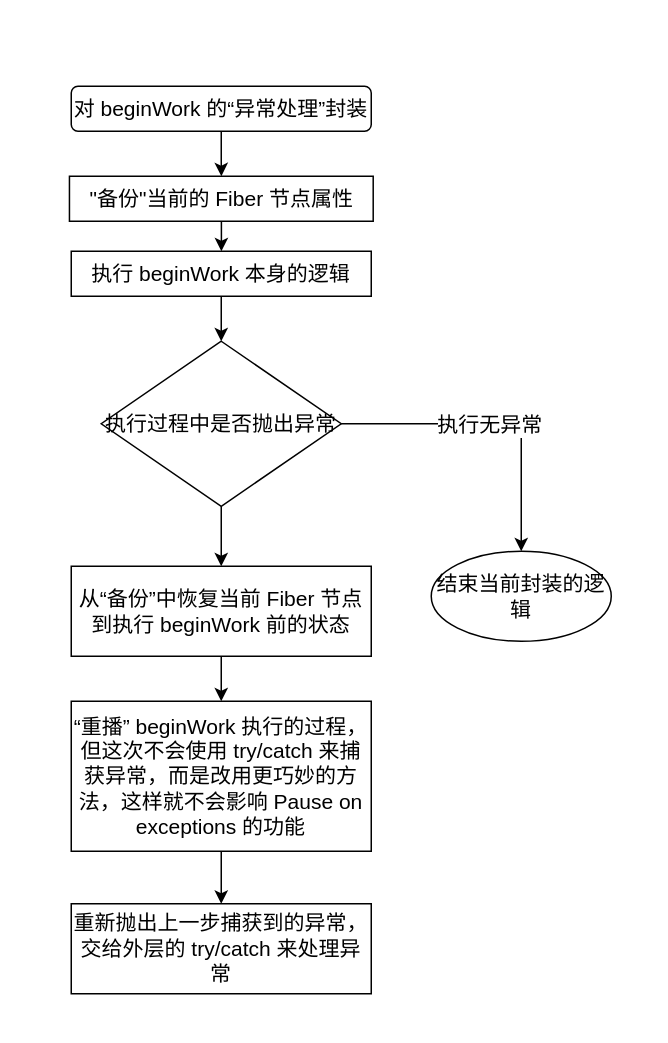
Earlier version of the draw.io diagram draw.io/beginWork的封装.drawio (Array-Huang/blog). Source tidied: cells renumbered, new cells numbered last; positions are measured from the earlier drawing's top-left corner, leaving out a move shared by most shapes. Both pictures are drawn from the tidied source at 150%, with x=0, y=0 at pixel (69, 86).
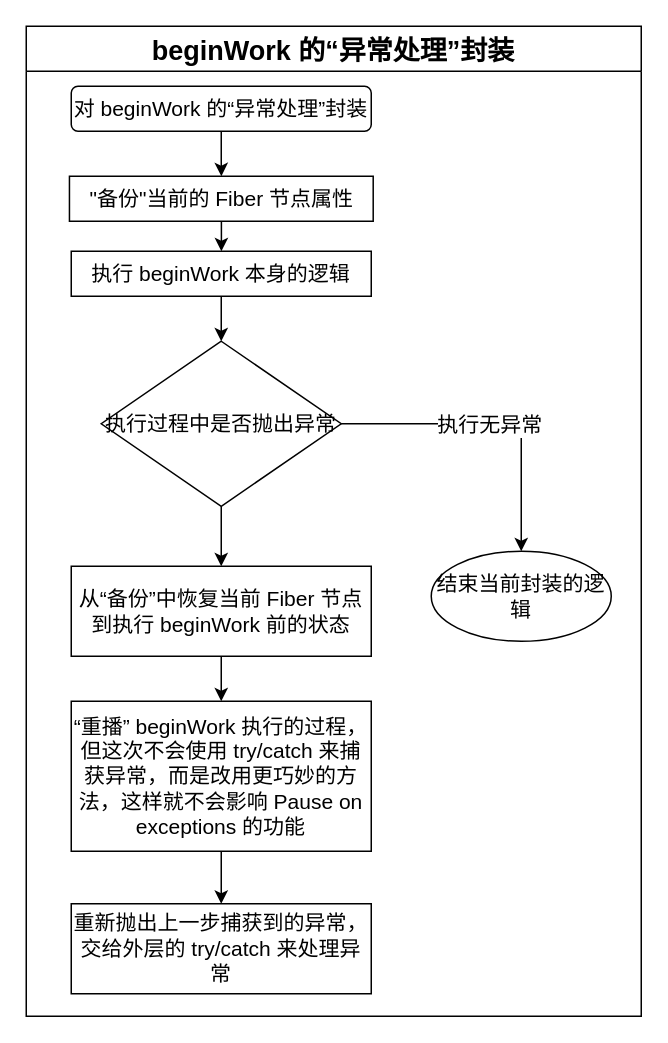
The same diagram, later.

Commit message (it also covers changes not shown here):
更新beginWork的封装.drawio

What changed in the source:
```diff
@@
 <mxGraphModel>
   <root>
     <mxCell id="0" />
     <mxCell id="1" parent="0" />
     <mxCell id="2" style="edgeStyle=orthogonalEdgeStyle;rounded=0;jettySize=auto;html=1;fontSize=14;" parent="1" edge="1" source="3" target="9">
       <mxGeometry relative="1" as="geometry" />
     </mxCell>
     <mxCell id="3" value="&quot;备份&quot;当前的 Fiber 节点属性" style="rounded=0;whiteSpace=wrap;html=1;fontSize=14;" parent="1" vertex="1">
       <mxGeometry x="-0.2" y="60" width="202.5" height="30" as="geometry" />
     </mxCell>
     <mxCell id="4" style="edgeStyle=orthogonalEdgeStyle;rounded=0;jettySize=auto;html=1;fontSize=14;" parent="1" edge="1" source="5" target="3">
       <mxGeometry relative="1" as="geometry" />
     </mxCell>
     <mxCell id="5" value="对 beginWork 的“异常处理”封装" style="rounded=1;whiteSpace=wrap;html=1;fontSize=14;" parent="1" vertex="1">
       <mxGeometry x="1" width="200" height="30" as="geometry" />
     </mxCell>
     <mxCell id="6" style="edgeStyle=orthogonalEdgeStyle;rounded=0;jettySize=auto;html=1;exitX=1;exitY=0.5;exitDx=0;exitDy=0;fontSize=14;" parent="1" edge="1" source="12" target="10">
       <mxGeometry relative="1" as="geometry" />
     </mxCell>
     <mxCell id="7" value="执行无异常" style="edgeLabel;html=1;align=center;verticalAlign=middle;fontSize=14;" parent="6" vertex="1">
       <mxGeometry x="0.04" relative="1" as="geometry">
         <mxPoint x="-9" as="offset" />
       </mxGeometry>
     </mxCell>
     <mxCell id="8" style="edgeStyle=orthogonalEdgeStyle;rounded=0;jettySize=auto;html=1;fontSize=14;" parent="1" edge="1" source="9" target="12">
       <mxGeometry relative="1" as="geometry" />
     </mxCell>
     <mxCell id="9" value="执行 beginWork 本身的逻辑" style="whiteSpace=wrap;html=1;rounded=0;fontSize=14;" parent="1" vertex="1">
       <mxGeometry x="1" y="110" width="200" height="30" as="geometry" />
     </mxCell>
     <mxCell id="10" value="结束当前封装的逻辑" style="ellipse;whiteSpace=wrap;html=1;rounded=0;fontSize=14;" parent="1" vertex="1">
       <mxGeometry x="241" y="310" width="120" height="60" as="geometry" />
     </mxCell>
     <mxCell id="11" style="edgeStyle=orthogonalEdgeStyle;rounded=0;jettySize=auto;html=1;fontSize=14;" parent="1" edge="1" source="12" target="14">
       <mxGeometry relative="1" as="geometry" />
     </mxCell>
     <mxCell id="12" value="执行过程中是否抛出异常" style="rhombus;whiteSpace=wrap;html=1;rounded=0;fontSize=14;" parent="1" vertex="1">
       <mxGeometry x="21" y="170" width="160" height="110" as="geometry" />
     </mxCell>
     <mxCell id="13" style="edgeStyle=orthogonalEdgeStyle;rounded=0;jettySize=auto;html=1;fontSize=14;" parent="1" edge="1" source="14" target="16">
       <mxGeometry relative="1" as="geometry" />
     </mxCell>
     <mxCell id="14" value="从“备份”中恢复当前 Fiber 节点到执行 beginWork 前的状态" style="whiteSpace=wrap;html=1;rounded=0;fontSize=14;" parent="1" vertex="1">
       <mxGeometry x="1" y="320" width="200" height="60" as="geometry" />
     </mxCell>
     <mxCell id="15" style="edgeStyle=orthogonalEdgeStyle;rounded=0;jettySize=auto;html=1;fontSize=14;" parent="1" edge="1" source="16" target="17">
       <mxGeometry relative="1" as="geometry" />
     </mxCell>
     <mxCell id="16" value="“重播” beginWork 执行的过程，但这次不会使用 try/catch 来捕获异常，而是改用更巧妙的方法，这样就不会影响&amp;nbsp;Pause on exceptions 的功能" style="whiteSpace=wrap;html=1;rounded=0;fontSize=14;" parent="1" vertex="1">
       <mxGeometry x="1" y="410" width="200" height="100" as="geometry" />
     </mxCell>
     <mxCell id="17" value="重新抛出上一步捕获到的异常，交给外层的 try/catch 来处理异常" style="whiteSpace=wrap;html=1;rounded=0;fontSize=14;" parent="1" vertex="1">
       <mxGeometry x="1" y="545" width="200" height="60" as="geometry" />
     </mxCell>
+    <mxCell id="18" value="beginWork 的“异常处理”封装" style="swimlane;fontSize=18;startSize=30;" parent="1" vertex="1">
+      <mxGeometry x="-29" y="-40" width="410" height="660" as="geometry" />
+    </mxCell>
   </root>
 </mxGraphModel>
```
